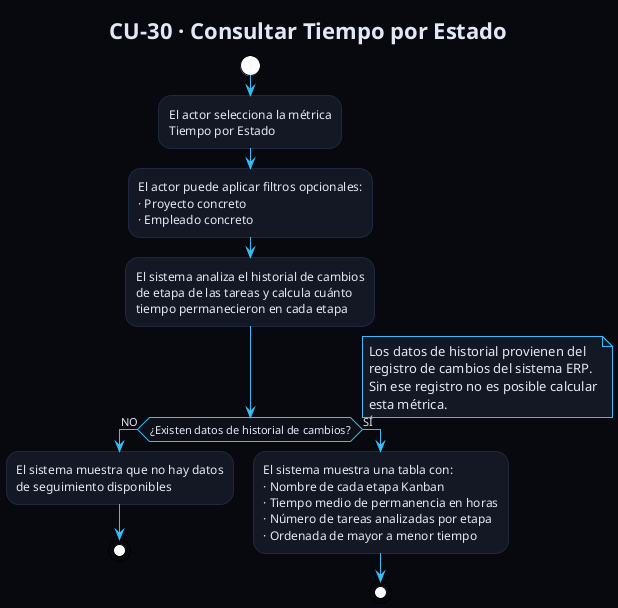
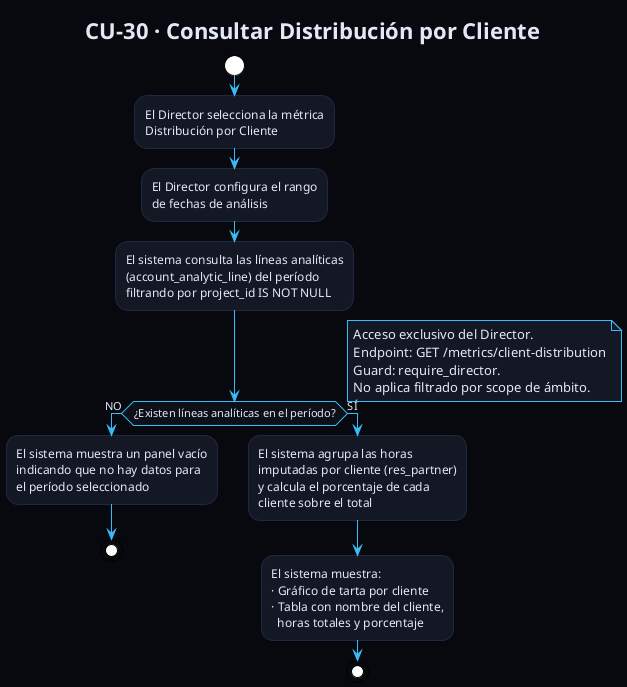
- @startuml CU30_TiempoPorEstado
+ @startuml CU30_DistribucionPorCliente
!theme plain
skinparam backgroundColor #07090F
skinparam defaultFontColor #E2E8F5
skinparam ArrowColor #38BDF8
skinparam ActivityBorderColor #1E2840
skinparam ActivityBackgroundColor #141824
skinparam ActivityDiamondBackgroundColor #0D1018
skinparam ActivityDiamondBorderColor #38BDF8
skinparam NoteBackgroundColor #141824
skinparam NoteBorderColor #38BDF8
- title CU-30 · Consultar Tiempo por Estado
+ title CU-30 · Consultar Distribución por Cliente

start
- :El actor selecciona la métrica
- Tiempo por Estado;
- :El actor puede aplicar filtros opcionales:
- · Proyecto concreto
- · Empleado concreto;
+ :El Director selecciona la métrica
+ Distribución por Cliente;
+ :El Director configura el rango
+ de fechas de análisis;

- :El sistema analiza el historial de cambios
- de etapa de las tareas y calcula cuánto
- tiempo permanecieron en cada etapa;
+ :El sistema consulta las líneas analíticas
+ (account_analytic_line) del período
+ filtrando por project_id IS NOT NULL;

- if (¿Existen datos de historial de cambios?) then (NO)
-   :El sistema muestra que no hay datos
-   de seguimiento disponibles;
+ if (¿Existen líneas analíticas en el período?) then (NO)
+   :El sistema muestra un panel vacío
+   indicando que no hay datos para
+   el período seleccionado;
  stop
else (SÍ)
-   :El sistema muestra una tabla con:
-   · Nombre de cada etapa Kanban
-   · Tiempo medio de permanencia en horas
-   · Número de tareas analizadas por etapa
-   · Ordenada de mayor a menor tiempo;
+   :El sistema agrupa las horas
+   imputadas por cliente (res_partner)
+   y calcula el porcentaje de cada
+   cliente sobre el total;
+   :El sistema muestra:
+   · Gráfico de tarta por cliente
+   · Tabla con nombre del cliente,
+     horas totales y porcentaje;
  stop
endif

note right
-   Los datos de historial provienen del
-   registro de cambios del sistema ERP.
-   Sin ese registro no es posible calcular
-   esta métrica.
+   Acceso exclusivo del Director.
+   Endpoint: GET /metrics/client-distribution
+   Guard: require_director.
+   No aplica filtrado por scope de ámbito.
end note

@enduml
+ 
